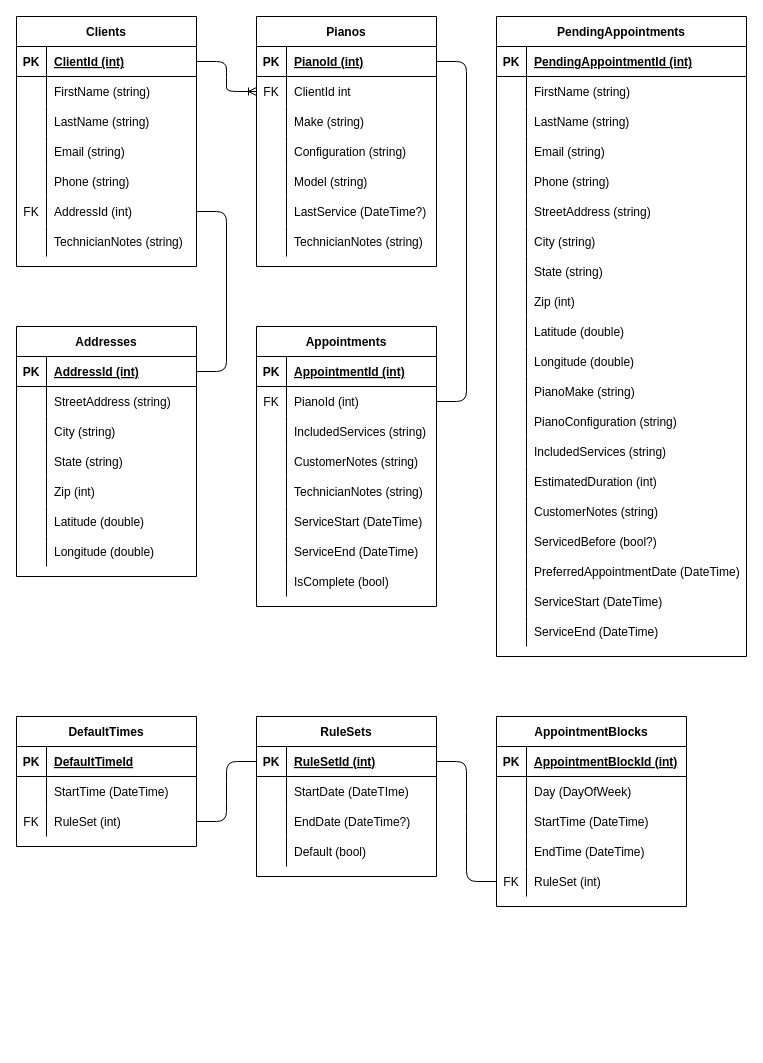
colingalvin/Capstone keeps this draw.io diagram as Design Outlines/CapstoneERD.drawio. Above is the earlier version. Source tidied: cells renumbered, new cells numbered last; positions are measured from the earlier drawing's top-left corner, leaving out a move shared by most shapes. Both pictures are drawn from the tidied source at 100%, with x=0, y=0 at pixel (16, 16).
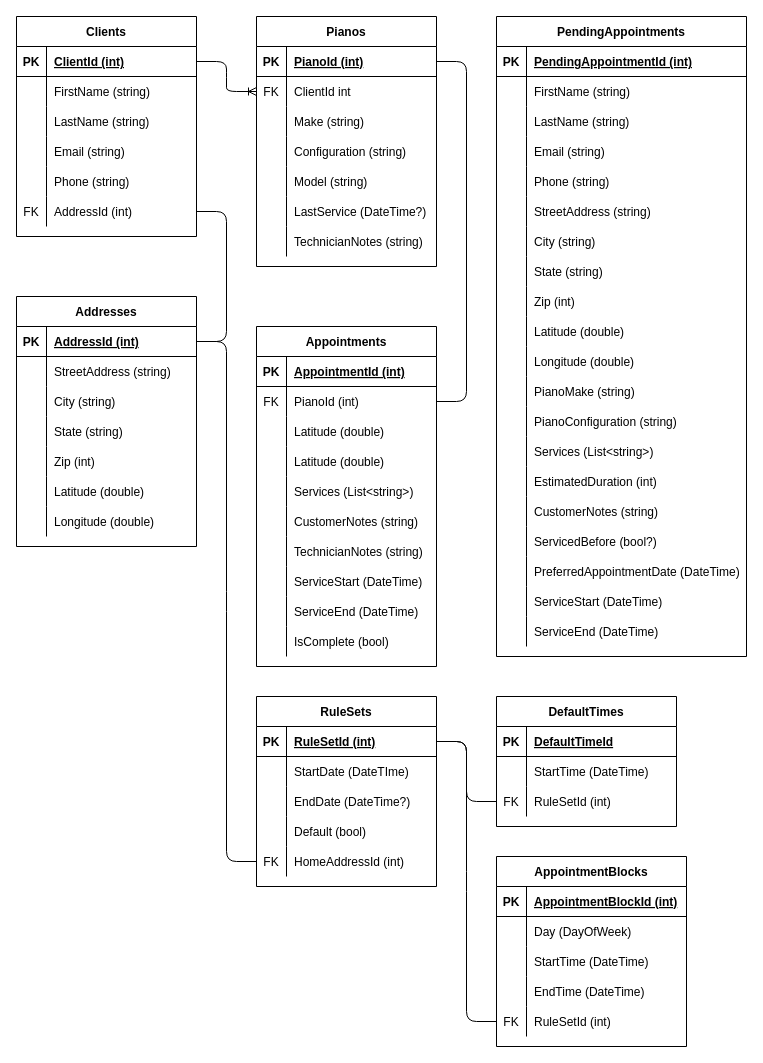
The same diagram, later.

Unchanged cells that the change refers to:
```xml
<mxCell id="72" style="shape=partialRectangle;fillColor=none;top=0;left=0;bottom=1;right=0;points=[[0,0.5],[1,0.5]];portConstraint=eastwest;" parent="71" vertex="1">
  <mxGeometry y="30" width="180" height="30" as="geometry" />
</mxCell>
<mxCell id="97" style="shape=partialRectangle;fillColor=none;top=0;left=0;bottom=0;right=0;points=[[0,0.5],[1,0.5]];portConstraint=eastwest;" parent="84" vertex="1">
  <mxGeometry y="150" width="190" height="30" as="geometry" />
</mxCell>
<mxCell id="101" style="shape=partialRectangle;fillColor=none;top=0;left=0;bottom=1;right=0;points=[[0,0.5],[1,0.5]];portConstraint=eastwest;" parent="100" vertex="1">
  <mxGeometry y="30" width="180" height="30" as="geometry" />
</mxCell>
<mxCell id="166" style="shape=partialRectangle;fillColor=none;top=0;left=0;bottom=0;right=0;direction=south;" parent="126" vertex="1">
  <mxGeometry y="420" width="250" height="30" as="geometry" />
</mxCell>
<mxCell id="194" style="shape=partialRectangle;fillColor=none;top=0;left=0;bottom=0;right=0;points=[[0,0.5],[1,0.5]];portConstraint=eastwest;" parent="187" vertex="1">
  <mxGeometry y="90" width="180" height="30" as="geometry" />
</mxCell>
```

The edit, as a diff of the source:
```diff
@@
     <mxCell id="2" value="Clients" style="shape=table;startSize=30;childLayout=tableLayout;rowLines=0;fontStyle=1;align=center;" parent="1" vertex="1">
-      <mxGeometry width="180" height="250" as="geometry" />
+      <mxGeometry width="180" height="220" as="geometry" />
     </mxCell>
@@
-    <mxCell id="21" style="shape=partialRectangle;fillColor=none;top=0;left=0;bottom=0;right=0;" parent="2" vertex="1">
-      <mxGeometry y="210" width="180" height="30" as="geometry" />
-    </mxCell>
-    <mxCell id="22" style="shape=partialRectangle;fillColor=none;top=0;left=0;bottom=0;right=0;overflow=hidden;" parent="21" vertex="1">
-      <mxGeometry width="30" height="30" as="geometry" />
-    </mxCell>
-    <mxCell id="23" value="TechnicianNotes (string)" style="shape=partialRectangle;fillColor=none;top=0;left=0;bottom=0;right=0;align=left;spacingLeft=6;overflow=hidden;" parent="21" vertex="1">
-      <mxGeometry x="30" width="150" height="30" as="geometry" />
-    </mxCell>
@@
     <mxCell id="46" value="Appointments" style="shape=table;startSize=30;childLayout=tableLayout;rowLines=0;fontStyle=1;align=center;" parent="1" vertex="1">
-      <mxGeometry x="240" y="310" width="180" height="280" as="geometry" />
+      <mxGeometry x="240" y="310" width="180" height="340" as="geometry" />
     </mxCell>
@@
+    <mxCell id="198" style="shape=partialRectangle;fillColor=none;top=0;left=0;bottom=0;right=0;" parent="46" vertex="1">
+      <mxGeometry y="90" width="180" height="30" as="geometry" />
+    </mxCell>
+    <mxCell id="199" style="shape=partialRectangle;fillColor=none;top=0;left=0;bottom=0;right=0;overflow=hidden;" parent="198" vertex="1">
+      <mxGeometry width="30" height="30" as="geometry" />
+    </mxCell>
+    <mxCell id="200" value="Latitude (double)" style="shape=partialRectangle;fillColor=none;top=0;left=0;bottom=0;right=0;align=left;spacingLeft=6;overflow=hidden;" parent="198" vertex="1">
+      <mxGeometry x="30" width="150" height="30" as="geometry" />
+    </mxCell>
+    <mxCell id="201" style="shape=partialRectangle;fillColor=none;top=0;left=0;bottom=0;right=0;" parent="46" vertex="1">
+      <mxGeometry y="120" width="180" height="30" as="geometry" />
+    </mxCell>
+    <mxCell id="202" style="shape=partialRectangle;fillColor=none;top=0;left=0;bottom=0;right=0;overflow=hidden;" parent="201" vertex="1">
+      <mxGeometry width="30" height="30" as="geometry" />
+    </mxCell>
+    <mxCell id="203" value="Latitude (double)" style="shape=partialRectangle;fillColor=none;top=0;left=0;bottom=0;right=0;align=left;spacingLeft=6;overflow=hidden;" parent="201" vertex="1">
+      <mxGeometry x="30" width="150" height="30" as="geometry" />
+    </mxCell>
     <mxCell id="53" style="shape=partialRectangle;fillColor=none;top=0;left=0;bottom=0;right=0;" parent="46" vertex="1">
-      <mxGeometry y="90" width="180" height="30" as="geometry" />
+      <mxGeometry y="150" width="180" height="30" as="geometry" />
     </mxCell>
@@
-    <mxCell id="55" value="IncludedServices (string)" style="shape=partialRectangle;fillColor=none;top=0;left=0;bottom=0;right=0;align=left;spacingLeft=6;overflow=hidden;" parent="53" vertex="1">
+    <mxCell id="55" value="Services (List&lt;string&gt;)" style="shape=partialRectangle;fillColor=none;top=0;left=0;bottom=0;right=0;align=left;spacingLeft=6;overflow=hidden;" parent="53" vertex="1">
       <mxGeometry x="30" width="150" height="30" as="geometry" />
     </mxCell>
     <mxCell id="56" style="shape=partialRectangle;fillColor=none;top=0;left=0;bottom=0;right=0;direction=south;" parent="46" vertex="1">
-      <mxGeometry y="120" width="180" height="30" as="geometry" />
+      <mxGeometry y="180" width="180" height="30" as="geometry" />
     </mxCell>
@@
     <mxCell id="59" style="shape=partialRectangle;fillColor=none;top=0;left=0;bottom=0;right=0;direction=south;" parent="46" vertex="1">
-      <mxGeometry y="150" width="180" height="30" as="geometry" />
+      <mxGeometry y="210" width="180" height="30" as="geometry" />
     </mxCell>
@@
     <mxCell id="62" style="shape=partialRectangle;fillColor=none;top=0;left=0;bottom=0;right=0;" parent="46" vertex="1">
-      <mxGeometry y="180" width="180" height="30" as="geometry" />
+      <mxGeometry y="240" width="180" height="30" as="geometry" />
     </mxCell>
@@
     <mxCell id="65" style="shape=partialRectangle;fillColor=none;top=0;left=0;bottom=0;right=0;" parent="46" vertex="1">
-      <mxGeometry y="210" width="180" height="30" as="geometry" />
+      <mxGeometry y="270" width="180" height="30" as="geometry" />
     </mxCell>
@@
     <mxCell id="68" style="shape=partialRectangle;fillColor=none;top=0;left=0;bottom=0;right=0;" parent="46" vertex="1">
-      <mxGeometry y="240" width="180" height="30" as="geometry" />
+      <mxGeometry y="300" width="180" height="30" as="geometry" />
     </mxCell>
@@
     <mxCell id="71" value="RuleSets" style="shape=table;startSize=30;childLayout=tableLayout;rowLines=0;fontStyle=1;align=center;" parent="1" vertex="1">
-      <mxGeometry x="240" y="700" width="180" height="160" as="geometry" />
+      <mxGeometry x="240" y="680" width="180" height="190" as="geometry" />
     </mxCell>
@@
+    <mxCell id="204" style="shape=partialRectangle;fillColor=none;top=0;left=0;bottom=0;right=0;points=[[0,0.5],[1,0.5]];portConstraint=eastwest;" parent="71" vertex="1">
+      <mxGeometry y="150" width="180" height="30" as="geometry" />
+    </mxCell>
+    <mxCell id="205" value="FK" style="shape=partialRectangle;fillColor=none;top=0;left=0;bottom=0;right=0;overflow=hidden;" parent="204" vertex="1">
+      <mxGeometry width="30" height="30" as="geometry" />
+    </mxCell>
+    <mxCell id="206" value="HomeAddressId (int)" style="shape=partialRectangle;fillColor=none;top=0;left=0;bottom=0;right=0;align=left;spacingLeft=6;overflow=hidden;" parent="204" vertex="1">
+      <mxGeometry x="30" width="150" height="30" as="geometry" />
+    </mxCell>
     <mxCell id="84" value="AppointmentBlocks" style="shape=table;startSize=30;childLayout=tableLayout;rowLines=0;fontStyle=1;align=center;" parent="1" vertex="1">
-      <mxGeometry x="480" y="700" width="190" height="190" as="geometry" />
+      <mxGeometry x="480" y="840" width="190" height="190" as="geometry" />
     </mxCell>
@@
-    <mxCell id="99" value="RuleSet (int)" style="shape=partialRectangle;fillColor=none;top=0;left=0;bottom=0;right=0;align=left;spacingLeft=6;overflow=hidden;" parent="97" vertex="1">
+    <mxCell id="99" value="RuleSetId (int)" style="shape=partialRectangle;fillColor=none;top=0;left=0;bottom=0;right=0;align=left;spacingLeft=6;overflow=hidden;" parent="97" vertex="1">
       <mxGeometry x="30" width="160" height="30" as="geometry" />
     </mxCell>
     <mxCell id="100" value="Addresses" style="shape=table;startSize=30;childLayout=tableLayout;rowLines=0;fontStyle=1;align=center;" parent="1" vertex="1">
-      <mxGeometry y="310" width="180" height="250" as="geometry" />
+      <mxGeometry y="280" width="180" height="250" as="geometry" />
     </mxCell>
@@
-    <mxCell id="125" style="endArrow=none;html=1;rounded=1;exitX=1;exitY=0.5;exitDx=0;exitDy=0;entryX=0;entryY=0.5;entryDx=0;entryDy=0;edgeStyle=entityRelationEdgeStyle;" parent="1" edge="1" source="72" target="97">
+    <mxCell id="125" style="endArrow=none;html=1;exitX=1;exitY=0.5;exitDx=0;exitDy=0;edgeStyle=entityRelationEdgeStyle;rounded=1;jumpStyle=none;entryX=0;entryY=0.5;entryDx=0;entryDy=0;" parent="1" edge="1" source="72" target="97">
       <mxGeometry relative="1" as="geometry" />
     </mxCell>
@@
-    <mxCell id="168" value="IncludedServices (string)" style="shape=partialRectangle;fillColor=none;top=0;left=0;bottom=0;right=0;align=left;spacingLeft=6;overflow=hidden;" parent="166" vertex="1">
+    <mxCell id="168" value="Services (List&lt;string&gt;)" style="shape=partialRectangle;fillColor=none;top=0;left=0;bottom=0;right=0;align=left;spacingLeft=6;overflow=hidden;" parent="166" vertex="1">
       <mxGeometry x="30" width="220" height="30" as="geometry" />
     </mxCell>
@@
     <mxCell id="187" value="DefaultTimes" style="shape=table;startSize=30;childLayout=tableLayout;rowLines=0;fontStyle=1;align=center;" parent="1" vertex="1">
-      <mxGeometry y="700" width="180" height="130" as="geometry" />
+      <mxGeometry x="480" y="680" width="180" height="130" as="geometry" />
     </mxCell>
@@
-    <mxCell id="196" value="RuleSet (int)" style="shape=partialRectangle;fillColor=none;top=0;left=0;bottom=0;right=0;align=left;spacingLeft=6;overflow=hidden;" parent="194" vertex="1">
+    <mxCell id="196" value="RuleSetId (int)" style="shape=partialRectangle;fillColor=none;top=0;left=0;bottom=0;right=0;align=left;spacingLeft=6;overflow=hidden;" parent="194" vertex="1">
       <mxGeometry x="30" width="150" height="30" as="geometry" />
     </mxCell>
-    <mxCell id="197" style="endArrow=none;html=1;exitX=1;exitY=0.5;exitDx=0;exitDy=0;entryX=0;entryY=0.5;entryDx=0;entryDy=0;edgeStyle=entityRelationEdgeStyle;" parent="1" edge="1" source="194" target="72">
+    <mxCell id="197" style="endArrow=none;html=1;exitX=0;exitY=0.5;exitDx=0;exitDy=0;entryX=1;entryY=0.5;entryDx=0;entryDy=0;edgeStyle=entityRelationEdgeStyle;" parent="1" edge="1" source="194" target="72">
       <mxGeometry relative="1" as="geometry" />
     </mxCell>
+    <mxCell id="207" style="endArrow=none;html=1;exitX=1;exitY=0.5;exitDx=0;exitDy=0;edgeStyle=entityRelationEdgeStyle;rounded=1;jumpStyle=none;entryX=0;entryY=0.5;entryDx=0;entryDy=0;" parent="1" edge="1" source="101" target="204">
+      <mxGeometry relative="1" as="geometry" />
+    </mxCell>
```
